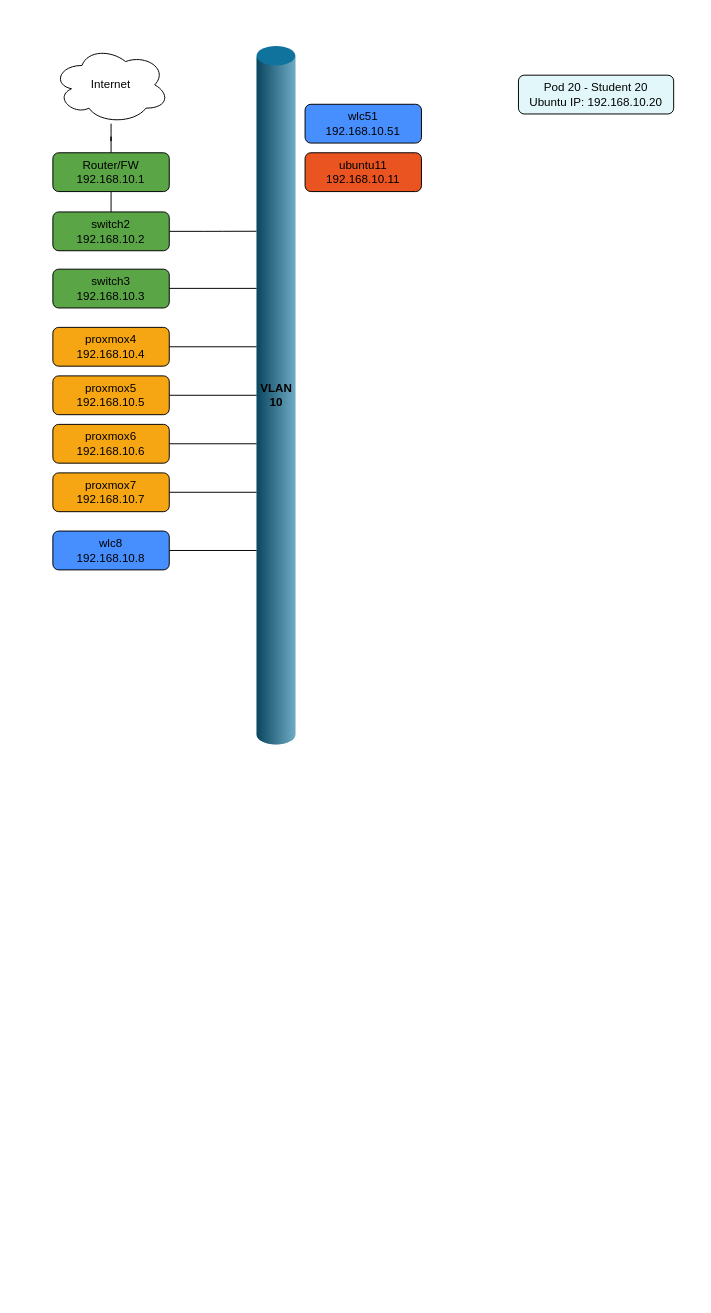
The draw.io diagram gitbook/topology.drawio in akoksrud/wifi-automation, before the edit. Source tidied: cells renumbered, new cells numbered last; positions are measured from the earlier drawing's top-left corner, leaving out a move shared by most shapes. Both pictures are drawn from the tidied source at 97%, with x=0, y=0 at pixel (52, 46).
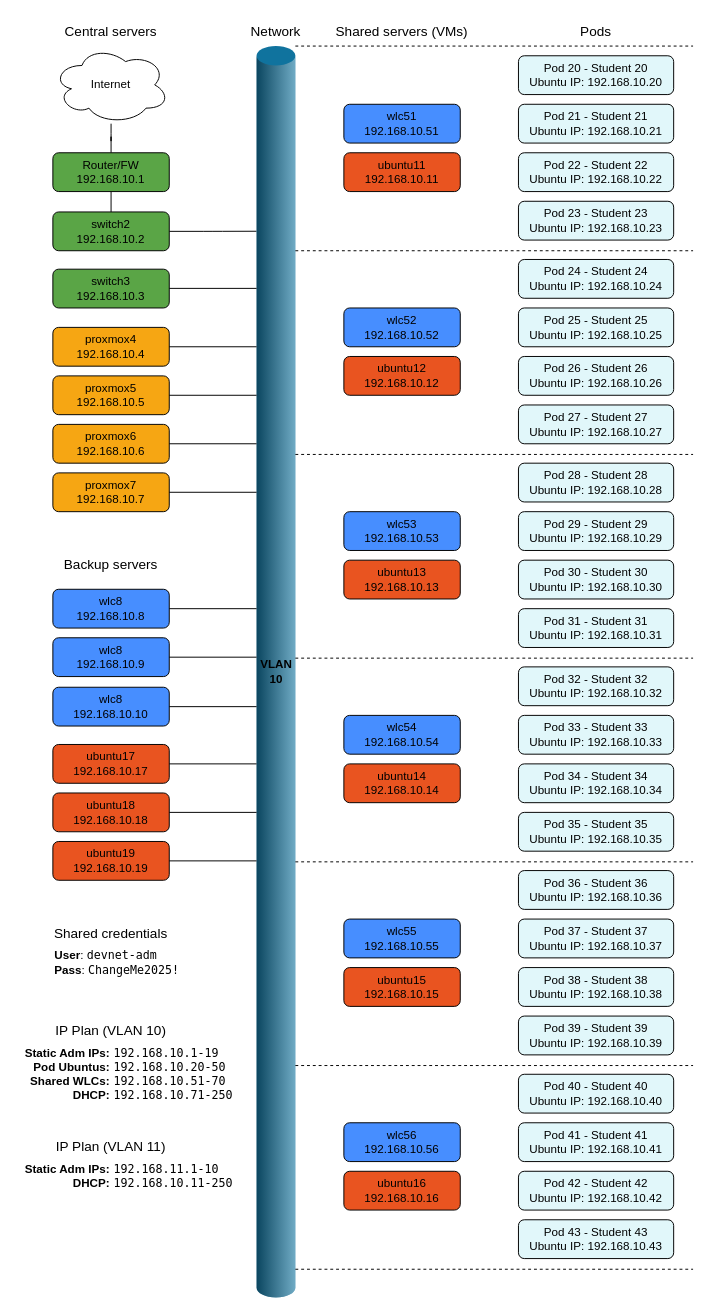
After the change.

The edit, as a diff of the source:
```diff
@@
     <mxCell id="12" value="wlc8&lt;br&gt;192.168.10.8" style="rounded=1;whiteSpace=wrap;html=1;fillColor=#478EFF;strokeColor=light-dark(#000000,#FFFFFF);" parent="1" vertex="1">
-      <mxGeometry y="500" width="120" height="40" as="geometry" />
+      <mxGeometry y="560" width="120" height="40" as="geometry" />
     </mxCell>
     <mxCell id="13" value="wlc51&#10;192.168.10.51" style="rounded=1;whiteSpace=wrap;html=1;fillColor=#478EFF;strokeColor=light-dark(#000000,#FFFFFF);" parent="1" vertex="1">
-      <mxGeometry x="260" y="60" width="120" height="40" as="geometry" />
+      <mxGeometry x="300" y="60" width="120" height="40" as="geometry" />
     </mxCell>
-    <mxCell id="14" value="ubuntu11&#10;192.168.10.11" style="rounded=1;whiteSpace=wrap;html=1;fillColor=#E95420;strokeColor=light-dark(#000000,#FFFFFF);" parent="1" vertex="1">
-      <mxGeometry x="260" y="110" width="120" height="40" as="geometry" />
+    <mxCell id="14" value="ubuntu11&lt;br&gt;192.168.10.11" style="rounded=1;whiteSpace=wrap;html=1;fillColor=#E95420;strokeColor=light-dark(#000000,#FFFFFF);" parent="1" vertex="1">
+      <mxGeometry x="300" y="110" width="120" height="40" as="geometry" />
     </mxCell>
     <mxCell id="15" value="Pod 20 - Student 20&lt;div&gt;Ubuntu IP: 192.168.10.20&lt;/div&gt;" style="rounded=1;whiteSpace=wrap;html=1;fillColor=#e1f7fa;" parent="1" vertex="1">
-      <mxGeometry x="480" y="30" width="160" height="40" as="geometry" />
+      <mxGeometry x="480" y="10" width="160" height="40" as="geometry" />
     </mxCell>
@@
     <mxCell id="17" value="&lt;font&gt;VLAN&lt;/font&gt;&lt;div&gt;&lt;font&gt;10&lt;/font&gt;&lt;/div&gt;" style="verticalLabelPosition=middle;verticalAlign=middle;html=1;shape=mxgraph.infographic.cylinder;fillColor=#10739E;strokeColor=none;labelPosition=center;align=center;fontColor=light-dark(#000000,#000000);fontStyle=1;" parent="1" vertex="1">
-      <mxGeometry x="210" width="40" height="720" as="geometry" />
+      <mxGeometry x="210" width="40" height="1290" as="geometry" />
     </mxCell>
@@
     <mxCell id="23" style="edgeStyle=orthogonalEdgeStyle;shape=connector;rounded=1;orthogonalLoop=1;jettySize=auto;html=1;strokeColor=default;align=center;verticalAlign=middle;fontFamily=Helvetica;fontSize=11;fontColor=default;labelBackgroundColor=default;endArrow=none;endFill=0;entryX=-0.001;entryY=0.294;entryDx=0;entryDy=0;entryPerimeter=0;" parent="1" edge="1">
       <mxGeometry relative="1" as="geometry">
-        <mxPoint x="120" y="520" as="sourcePoint" />
-        <mxPoint x="210" y="520" as="targetPoint" />
+        <mxPoint x="120" y="580" as="sourcePoint" />
+        <mxPoint x="210" y="580" as="targetPoint" />
       </mxGeometry>
     </mxCell>
+    <mxCell id="24" value="Central servers" style="text;strokeColor=none;align=center;fillColor=none;html=1;verticalAlign=middle;whiteSpace=wrap;rounded=0;fontSize=14;" parent="1" vertex="1">
+      <mxGeometry y="-30" width="120" height="30" as="geometry" />
+    </mxCell>
+    <mxCell id="25" value="Network" style="text;strokeColor=none;align=center;fillColor=none;html=1;verticalAlign=middle;whiteSpace=wrap;rounded=0;fontSize=14;" parent="1" vertex="1">
+      <mxGeometry x="170" y="-30" width="120" height="30" as="geometry" />
+    </mxCell>
+    <mxCell id="26" value="Shared servers (VMs)" style="text;strokeColor=none;align=center;fillColor=none;html=1;verticalAlign=middle;whiteSpace=wrap;rounded=0;fontSize=14;" parent="1" vertex="1">
+      <mxGeometry x="280" y="-30" width="160" height="30" as="geometry" />
+    </mxCell>
+    <mxCell id="27" value="Pods" style="text;strokeColor=none;align=center;fillColor=none;html=1;verticalAlign=middle;whiteSpace=wrap;rounded=0;fontSize=14;" parent="1" vertex="1">
+      <mxGeometry x="500" y="-30" width="120" height="30" as="geometry" />
+    </mxCell>
+    <mxCell id="28" value="Pod 21 - Student 21&lt;div&gt;Ubuntu IP: 192.168.10.21&lt;/div&gt;" style="rounded=1;whiteSpace=wrap;html=1;fillColor=#e1f7fa;" parent="1" vertex="1">
+      <mxGeometry x="480" y="60" width="160" height="40" as="geometry" />
+    </mxCell>
+    <mxCell id="29" value="Pod 22 - Student 22&lt;div&gt;Ubuntu IP: 192.168.10.22&lt;/div&gt;" style="rounded=1;whiteSpace=wrap;html=1;fillColor=#e1f7fa;" parent="1" vertex="1">
+      <mxGeometry x="480" y="110" width="160" height="40" as="geometry" />
+    </mxCell>
+    <mxCell id="30" value="Pod 23 - Student 23&lt;div&gt;Ubuntu IP: 192.168.10.23&lt;/div&gt;" style="rounded=1;whiteSpace=wrap;html=1;fillColor=#e1f7fa;" parent="1" vertex="1">
+      <mxGeometry x="480" y="160" width="160" height="40" as="geometry" />
+    </mxCell>
+    <mxCell id="31" style="endArrow=none;dashed=1;html=1;rounded=0;" parent="1" edge="1">
+      <mxGeometry relative="1" as="geometry">
+        <mxPoint x="250" as="sourcePoint" />
+        <mxPoint x="660" as="targetPoint" />
+      </mxGeometry>
+    </mxCell>
+    <mxCell id="32" style="endArrow=none;dashed=1;html=1;rounded=0;" parent="1" edge="1">
+      <mxGeometry relative="1" as="geometry">
+        <mxPoint x="250" y="211" as="sourcePoint" />
+        <mxPoint x="660" y="211" as="targetPoint" />
+      </mxGeometry>
+    </mxCell>
+    <mxCell id="33" value="wlc52&lt;br&gt;192.168.10.52" style="rounded=1;whiteSpace=wrap;html=1;fillColor=#478EFF;strokeColor=light-dark(#000000,#FFFFFF);" parent="1" vertex="1">
+      <mxGeometry x="300" y="270" width="120" height="40" as="geometry" />
+    </mxCell>
+    <mxCell id="34" value="ubuntu12&lt;div&gt;192.168.10.12&lt;/div&gt;" style="rounded=1;whiteSpace=wrap;html=1;fillColor=#E95420;strokeColor=light-dark(#000000,#FFFFFF);" parent="1" vertex="1">
+      <mxGeometry x="300" y="320" width="120" height="40" as="geometry" />
+    </mxCell>
+    <mxCell id="35" value="Pod 24 - Student 24&lt;div&gt;Ubuntu IP: 192.168.10.24&lt;/div&gt;" style="rounded=1;whiteSpace=wrap;html=1;fillColor=#e1f7fa;" parent="1" vertex="1">
+      <mxGeometry x="480" y="220" width="160" height="40" as="geometry" />
+    </mxCell>
+    <mxCell id="36" value="Pod 25 - Student 25&lt;div&gt;Ubuntu IP: 192.168.10.25&lt;/div&gt;" style="rounded=1;whiteSpace=wrap;html=1;fillColor=#e1f7fa;" parent="1" vertex="1">
+      <mxGeometry x="480" y="270" width="160" height="40" as="geometry" />
+    </mxCell>
+    <mxCell id="37" value="Pod 26 - Student 26&lt;div&gt;Ubuntu IP: 192.168.10.26&lt;/div&gt;" style="rounded=1;whiteSpace=wrap;html=1;fillColor=#e1f7fa;" parent="1" vertex="1">
+      <mxGeometry x="480" y="320" width="160" height="40" as="geometry" />
+    </mxCell>
+    <mxCell id="38" value="Pod 27 - Student 27&lt;div&gt;Ubuntu IP: 192.168.10.27&lt;/div&gt;" style="rounded=1;whiteSpace=wrap;html=1;fillColor=#e1f7fa;" parent="1" vertex="1">
+      <mxGeometry x="480" y="370" width="160" height="40" as="geometry" />
+    </mxCell>
+    <mxCell id="39" style="endArrow=none;dashed=1;html=1;rounded=0;" parent="1" edge="1">
+      <mxGeometry relative="1" as="geometry">
+        <mxPoint x="250" y="421" as="sourcePoint" />
+        <mxPoint x="660" y="421" as="targetPoint" />
+      </mxGeometry>
+    </mxCell>
+    <mxCell id="40" value="wlc54&lt;br&gt;192.168.10.54" style="rounded=1;whiteSpace=wrap;html=1;fillColor=#478EFF;strokeColor=light-dark(#000000,#FFFFFF);" parent="1" vertex="1">
+      <mxGeometry x="300" y="690" width="120" height="40" as="geometry" />
+    </mxCell>
+    <mxCell id="41" value="ubuntu14&lt;br&gt;192.168.10.14" style="rounded=1;whiteSpace=wrap;html=1;fillColor=#E95420;strokeColor=light-dark(#000000,#FFFFFF);" parent="1" vertex="1">
+      <mxGeometry x="300" y="740" width="120" height="40" as="geometry" />
+    </mxCell>
+    <mxCell id="42" value="Pod 32 - Student 32&lt;div&gt;Ubuntu IP: 192.168.10.32&lt;/div&gt;" style="rounded=1;whiteSpace=wrap;html=1;fillColor=#e1f7fa;" parent="1" vertex="1">
+      <mxGeometry x="480" y="640" width="160" height="40" as="geometry" />
+    </mxCell>
+    <mxCell id="43" value="Pod 33 - Student 33&lt;div&gt;Ubuntu IP: 192.168.10.33&lt;/div&gt;" style="rounded=1;whiteSpace=wrap;html=1;fillColor=#e1f7fa;" parent="1" vertex="1">
+      <mxGeometry x="480" y="690" width="160" height="40" as="geometry" />
+    </mxCell>
+    <mxCell id="44" value="Pod 34 - Student 34&lt;div&gt;Ubuntu IP: 192.168.10.34&lt;/div&gt;" style="rounded=1;whiteSpace=wrap;html=1;fillColor=#e1f7fa;" parent="1" vertex="1">
+      <mxGeometry x="480" y="740" width="160" height="40" as="geometry" />
+    </mxCell>
+    <mxCell id="45" value="Pod 35 - Student 35&lt;div&gt;Ubuntu IP: 192.168.10.35&lt;/div&gt;" style="rounded=1;whiteSpace=wrap;html=1;fillColor=#e1f7fa;" parent="1" vertex="1">
+      <mxGeometry x="480" y="790" width="160" height="40" as="geometry" />
+    </mxCell>
+    <mxCell id="46" style="endArrow=none;dashed=1;html=1;rounded=0;" parent="1" edge="1">
+      <mxGeometry relative="1" as="geometry">
+        <mxPoint x="250" y="841" as="sourcePoint" />
+        <mxPoint x="660" y="841" as="targetPoint" />
+      </mxGeometry>
+    </mxCell>
+    <mxCell id="47" style="endArrow=none;dashed=1;html=1;rounded=0;" parent="1" edge="1">
+      <mxGeometry relative="1" as="geometry">
+        <mxPoint x="250" y="631" as="sourcePoint" />
+        <mxPoint x="660" y="631" as="targetPoint" />
+      </mxGeometry>
+    </mxCell>
+    <mxCell id="48" value="wlc53&lt;br&gt;192.168.10.53" style="rounded=1;whiteSpace=wrap;html=1;fillColor=#478EFF;strokeColor=light-dark(#000000,#FFFFFF);" parent="1" vertex="1">
+      <mxGeometry x="300" y="480" width="120" height="40" as="geometry" />
+    </mxCell>
+    <mxCell id="49" value="ubuntu13&lt;br&gt;192.168.10.13" style="rounded=1;whiteSpace=wrap;html=1;fillColor=#E95420;strokeColor=light-dark(#000000,#FFFFFF);" parent="1" vertex="1">
+      <mxGeometry x="300" y="530" width="120" height="40" as="geometry" />
+    </mxCell>
+    <mxCell id="50" value="Pod 29 - Student 29&lt;div&gt;Ubuntu IP: 192.168.10.29&lt;/div&gt;" style="rounded=1;whiteSpace=wrap;html=1;fillColor=#e1f7fa;" parent="1" vertex="1">
+      <mxGeometry x="480" y="480" width="160" height="40" as="geometry" />
+    </mxCell>
+    <mxCell id="51" value="Pod 30 - Student 30&lt;div&gt;Ubuntu IP: 192.168.10.30&lt;/div&gt;" style="rounded=1;whiteSpace=wrap;html=1;fillColor=#e1f7fa;" parent="1" vertex="1">
+      <mxGeometry x="480" y="530" width="160" height="40" as="geometry" />
+    </mxCell>
+    <mxCell id="52" value="Pod 31 - Student 31&lt;div&gt;Ubuntu IP: 192.168.10.31&lt;/div&gt;" style="rounded=1;whiteSpace=wrap;html=1;fillColor=#e1f7fa;" parent="1" vertex="1">
+      <mxGeometry x="480" y="580" width="160" height="40" as="geometry" />
+    </mxCell>
+    <mxCell id="53" value="Pod 28 - Student 28&lt;div&gt;Ubuntu IP: 192.168.10.28&lt;/div&gt;" style="rounded=1;whiteSpace=wrap;html=1;fillColor=#e1f7fa;" parent="1" vertex="1">
+      <mxGeometry x="480" y="430" width="160" height="40" as="geometry" />
+    </mxCell>
+    <mxCell id="54" value="wlc56&lt;br&gt;192.168.10.56" style="rounded=1;whiteSpace=wrap;html=1;fillColor=#478EFF;strokeColor=light-dark(#000000,#FFFFFF);" parent="1" vertex="1">
+      <mxGeometry x="300" y="1110" width="120" height="40" as="geometry" />
+    </mxCell>
+    <mxCell id="55" value="ubuntu16&lt;br&gt;192.168.10.16" style="rounded=1;whiteSpace=wrap;html=1;fillColor=#E95420;strokeColor=light-dark(#000000,#FFFFFF);" parent="1" vertex="1">
+      <mxGeometry x="300" y="1160" width="120" height="40" as="geometry" />
+    </mxCell>
+    <mxCell id="56" value="Pod 40 - Student 40&lt;div&gt;Ubuntu IP: 192.168.10.40&lt;/div&gt;" style="rounded=1;whiteSpace=wrap;html=1;fillColor=#e1f7fa;" parent="1" vertex="1">
+      <mxGeometry x="480" y="1060" width="160" height="40" as="geometry" />
+    </mxCell>
+    <mxCell id="57" value="Pod 41 - Student 41&lt;div&gt;Ubuntu IP: 192.168.10.41&lt;/div&gt;" style="rounded=1;whiteSpace=wrap;html=1;fillColor=#e1f7fa;" parent="1" vertex="1">
+      <mxGeometry x="480" y="1110" width="160" height="40" as="geometry" />
+    </mxCell>
+    <mxCell id="58" value="Pod 42 - Student 42&lt;div&gt;Ubuntu IP: 192.168.10.42&lt;/div&gt;" style="rounded=1;whiteSpace=wrap;html=1;fillColor=#e1f7fa;" parent="1" vertex="1">
+      <mxGeometry x="480" y="1160" width="160" height="40" as="geometry" />
+    </mxCell>
+    <mxCell id="59" value="Pod 43 - Student 43&lt;div&gt;Ubuntu IP: 192.168.10.43&lt;/div&gt;" style="rounded=1;whiteSpace=wrap;html=1;fillColor=#e1f7fa;" parent="1" vertex="1">
+      <mxGeometry x="480" y="1210" width="160" height="40" as="geometry" />
+    </mxCell>
+    <mxCell id="60" style="endArrow=none;dashed=1;html=1;rounded=0;" parent="1" edge="1">
+      <mxGeometry relative="1" as="geometry">
+        <mxPoint x="250" y="1261" as="sourcePoint" />
+        <mxPoint x="660" y="1261" as="targetPoint" />
+      </mxGeometry>
+    </mxCell>
+    <mxCell id="61" style="endArrow=none;dashed=1;html=1;rounded=0;" parent="1" edge="1">
+      <mxGeometry relative="1" as="geometry">
+        <mxPoint x="250" y="1051" as="sourcePoint" />
+        <mxPoint x="660" y="1051" as="targetPoint" />
+      </mxGeometry>
+    </mxCell>
+    <mxCell id="62" value="wlc55&lt;br&gt;192.168.10.55" style="rounded=1;whiteSpace=wrap;html=1;fillColor=#478EFF;strokeColor=light-dark(#000000,#FFFFFF);" parent="1" vertex="1">
+      <mxGeometry x="300" y="900" width="120" height="40" as="geometry" />
+    </mxCell>
+    <mxCell id="63" value="ubuntu15&lt;br&gt;192.168.10.15" style="rounded=1;whiteSpace=wrap;html=1;fillColor=#E95420;strokeColor=light-dark(#000000,#FFFFFF);" parent="1" vertex="1">
+      <mxGeometry x="300" y="950" width="120" height="40" as="geometry" />
+    </mxCell>
+    <mxCell id="64" value="Pod 37 - Student 37&lt;div&gt;Ubuntu IP: 192.168.10.37&lt;/div&gt;" style="rounded=1;whiteSpace=wrap;html=1;fillColor=#e1f7fa;" parent="1" vertex="1">
+      <mxGeometry x="480" y="900" width="160" height="40" as="geometry" />
+    </mxCell>
+    <mxCell id="65" value="Pod 38 - Student 38&lt;div&gt;Ubuntu IP: 192.168.10.38&lt;/div&gt;" style="rounded=1;whiteSpace=wrap;html=1;fillColor=#e1f7fa;" parent="1" vertex="1">
+      <mxGeometry x="480" y="950" width="160" height="40" as="geometry" />
+    </mxCell>
+    <mxCell id="66" value="Pod 39 - Student 39&lt;div&gt;Ubuntu IP: 192.168.10.39&lt;/div&gt;" style="rounded=1;whiteSpace=wrap;html=1;fillColor=#e1f7fa;" parent="1" vertex="1">
+      <mxGeometry x="480" y="1000" width="160" height="40" as="geometry" />
+    </mxCell>
+    <mxCell id="67" value="Pod 36 - Student 36&lt;div&gt;Ubuntu IP: 192.168.10.36&lt;/div&gt;" style="rounded=1;whiteSpace=wrap;html=1;fillColor=#e1f7fa;" parent="1" vertex="1">
+      <mxGeometry x="480" y="850" width="160" height="40" as="geometry" />
+    </mxCell>
+    <mxCell id="68" value="Backup servers" style="text;strokeColor=none;align=center;fillColor=none;html=1;verticalAlign=middle;whiteSpace=wrap;rounded=0;fontSize=14;" parent="1" vertex="1">
+      <mxGeometry y="520" width="120" height="30" as="geometry" />
+    </mxCell>
+    <mxCell id="69" value="wlc8&lt;br&gt;192.168.10.9" style="rounded=1;whiteSpace=wrap;html=1;fillColor=#478EFF;strokeColor=light-dark(#000000,#FFFFFF);" parent="1" vertex="1">
+      <mxGeometry y="610" width="120" height="40" as="geometry" />
+    </mxCell>
+    <mxCell id="70" style="edgeStyle=orthogonalEdgeStyle;shape=connector;rounded=1;orthogonalLoop=1;jettySize=auto;html=1;strokeColor=default;align=center;verticalAlign=middle;fontFamily=Helvetica;fontSize=11;fontColor=default;labelBackgroundColor=default;endArrow=none;endFill=0;entryX=-0.001;entryY=0.294;entryDx=0;entryDy=0;entryPerimeter=0;" parent="1" edge="1">
+      <mxGeometry relative="1" as="geometry">
+        <mxPoint x="120" y="630" as="sourcePoint" />
+        <mxPoint x="210" y="630" as="targetPoint" />
+      </mxGeometry>
+    </mxCell>
+    <mxCell id="71" value="wlc8&lt;br&gt;192.168.10.10" style="rounded=1;whiteSpace=wrap;html=1;fillColor=#478EFF;strokeColor=light-dark(#000000,#FFFFFF);" parent="1" vertex="1">
+      <mxGeometry y="661" width="120" height="40" as="geometry" />
+    </mxCell>
+    <mxCell id="72" style="edgeStyle=orthogonalEdgeStyle;shape=connector;rounded=1;orthogonalLoop=1;jettySize=auto;html=1;strokeColor=default;align=center;verticalAlign=middle;fontFamily=Helvetica;fontSize=11;fontColor=default;labelBackgroundColor=default;endArrow=none;endFill=0;entryX=-0.001;entryY=0.294;entryDx=0;entryDy=0;entryPerimeter=0;" parent="1" edge="1">
+      <mxGeometry relative="1" as="geometry">
+        <mxPoint x="120" y="681" as="sourcePoint" />
+        <mxPoint x="210" y="681" as="targetPoint" />
+      </mxGeometry>
+    </mxCell>
+    <mxCell id="73" value="ubuntu17&lt;br&gt;192.168.10.17" style="rounded=1;whiteSpace=wrap;html=1;fillColor=#E95420;strokeColor=light-dark(#000000,#FFFFFF);" parent="1" vertex="1">
+      <mxGeometry y="720" width="120" height="40" as="geometry" />
+    </mxCell>
+    <mxCell id="74" style="edgeStyle=orthogonalEdgeStyle;shape=connector;rounded=1;orthogonalLoop=1;jettySize=auto;html=1;strokeColor=default;align=center;verticalAlign=middle;fontFamily=Helvetica;fontSize=11;fontColor=default;labelBackgroundColor=default;endArrow=none;endFill=0;entryX=-0.001;entryY=0.294;entryDx=0;entryDy=0;entryPerimeter=0;" parent="1" edge="1">
+      <mxGeometry relative="1" as="geometry">
+        <mxPoint x="120" y="740" as="sourcePoint" />
+        <mxPoint x="210" y="740" as="targetPoint" />
+      </mxGeometry>
+    </mxCell>
+    <mxCell id="75" value="ubuntu18&lt;br&gt;192.168.10.18" style="rounded=1;whiteSpace=wrap;html=1;fillColor=#E95420;strokeColor=light-dark(#000000,#FFFFFF);" parent="1" vertex="1">
+      <mxGeometry y="770" width="120" height="40" as="geometry" />
+    </mxCell>
+    <mxCell id="76" style="edgeStyle=orthogonalEdgeStyle;shape=connector;rounded=1;orthogonalLoop=1;jettySize=auto;html=1;strokeColor=default;align=center;verticalAlign=middle;fontFamily=Helvetica;fontSize=11;fontColor=default;labelBackgroundColor=default;endArrow=none;endFill=0;entryX=-0.001;entryY=0.294;entryDx=0;entryDy=0;entryPerimeter=0;" parent="1" edge="1">
+      <mxGeometry relative="1" as="geometry">
+        <mxPoint x="120" y="790" as="sourcePoint" />
+        <mxPoint x="210" y="790" as="targetPoint" />
+      </mxGeometry>
+    </mxCell>
+    <mxCell id="77" value="ubuntu19&lt;br&gt;192.168.10.19" style="rounded=1;whiteSpace=wrap;html=1;fillColor=#E95420;strokeColor=light-dark(#000000,#FFFFFF);" parent="1" vertex="1">
+      <mxGeometry y="820" width="120" height="40" as="geometry" />
+    </mxCell>
+    <mxCell id="78" style="edgeStyle=orthogonalEdgeStyle;shape=connector;rounded=1;orthogonalLoop=1;jettySize=auto;html=1;strokeColor=default;align=center;verticalAlign=middle;fontFamily=Helvetica;fontSize=11;fontColor=default;labelBackgroundColor=default;endArrow=none;endFill=0;entryX=-0.001;entryY=0.294;entryDx=0;entryDy=0;entryPerimeter=0;" parent="1" edge="1">
+      <mxGeometry relative="1" as="geometry">
+        <mxPoint x="120" y="840" as="sourcePoint" />
+        <mxPoint x="210" y="840" as="targetPoint" />
+      </mxGeometry>
+    </mxCell>
+    <mxCell id="79" value="Shared credentials" style="text;strokeColor=none;align=center;fillColor=none;html=1;verticalAlign=middle;whiteSpace=wrap;rounded=0;fontSize=14;" parent="1" vertex="1">
+      <mxGeometry y="900" width="120" height="30" as="geometry" />
+    </mxCell>
+    <mxCell id="80" value="&lt;b&gt;User&lt;/b&gt;: &lt;font face=&quot;Lucida Console&quot;&gt;devnet-adm&lt;/font&gt;&lt;div&gt;&lt;b&gt;Pass&lt;/b&gt;: &lt;font face=&quot;Lucida Console&quot;&gt;ChangeMe2025!&lt;/font&gt;&lt;/div&gt;" style="text;strokeColor=none;align=left;fillColor=none;html=1;verticalAlign=middle;whiteSpace=wrap;rounded=0;" parent="1" vertex="1">
+      <mxGeometry y="930" width="180" height="30" as="geometry" />
+    </mxCell>
+    <mxCell id="81" value="IP Plan (VLAN 10)" style="text;strokeColor=none;align=center;fillColor=none;html=1;verticalAlign=middle;whiteSpace=wrap;rounded=0;fontSize=14;" parent="1" vertex="1">
+      <mxGeometry y="1000" width="120" height="30" as="geometry" />
+    </mxCell>
+    <mxCell id="82" value="&lt;font face=&quot;Lucida Console&quot;&gt;192.168.10.1-19&lt;/font&gt;&lt;div&gt;&lt;font face=&quot;Lucida Console&quot;&gt;192.168.10.20-50&lt;/font&gt;&lt;/div&gt;&lt;div&gt;&lt;font face=&quot;Lucida Console&quot;&gt;192.168.10.51-70&lt;/font&gt;&lt;font face=&quot;Lucida Console&quot;&gt;&lt;/font&gt;&lt;/div&gt;&lt;div&gt;&lt;font face=&quot;Lucida Console&quot;&gt;192.168.10.71-250&lt;/font&gt;&lt;font face=&quot;Lucida Console&quot;&gt;&lt;/font&gt;&lt;/div&gt;" style="text;strokeColor=none;align=left;fillColor=none;html=1;verticalAlign=middle;whiteSpace=wrap;rounded=0;spacing=4;spacingBottom=0;spacingLeft=0;spacingRight=0;spacingTop=0;fontSize=12;" parent="1" vertex="1">
+      <mxGeometry x="59" y="1030" width="130" height="60" as="geometry" />
+    </mxCell>
+    <mxCell id="83" value="&lt;div&gt;&lt;b style=&quot;background-color: transparent; color: light-dark(rgb(0, 0, 0), rgb(255, 255, 255));&quot;&gt;Static Adm IPs:&lt;/b&gt;&lt;/div&gt;&lt;div&gt;&lt;b&gt;Pod Ubuntus:&lt;/b&gt;&lt;/div&gt;&lt;div&gt;&lt;b&gt;Shared WLCs:&lt;/b&gt;&lt;font face=&quot;Lucida Console&quot;&gt;&lt;/font&gt;&lt;/div&gt;&lt;div&gt;&lt;b&gt;DHCP:&lt;/b&gt;&lt;font face=&quot;Lucida Console&quot;&gt;&lt;/font&gt;&lt;/div&gt;" style="text;strokeColor=none;align=right;fillColor=none;html=1;verticalAlign=middle;whiteSpace=wrap;rounded=0;spacing=4;spacingBottom=0;spacingLeft=0;spacingRight=0;spacingTop=0;fontSize=12;" parent="1" vertex="1">
+      <mxGeometry x="-37" y="1030" width="100" height="60" as="geometry" />
+    </mxCell>
+    <mxCell id="84" value="IP Plan (VLAN 11)" style="text;strokeColor=none;align=center;fillColor=none;html=1;verticalAlign=middle;whiteSpace=wrap;rounded=0;fontSize=14;" parent="1" vertex="1">
+      <mxGeometry y="1120" width="120" height="30" as="geometry" />
+    </mxCell>
+    <mxCell id="85" value="&lt;font face=&quot;Lucida Console&quot;&gt;192.168.11.1-10&lt;/font&gt;&lt;div&gt;&lt;font face=&quot;Lucida Console&quot;&gt;192.168.10.11-250&lt;br&gt;&lt;/font&gt;&lt;/div&gt;" style="text;strokeColor=none;align=left;fillColor=none;html=1;verticalAlign=middle;whiteSpace=wrap;rounded=0;spacing=4;spacingBottom=0;spacingLeft=0;spacingRight=0;spacingTop=0;fontSize=12;" parent="1" vertex="1">
+      <mxGeometry x="59" y="1150" width="130" height="30" as="geometry" />
+    </mxCell>
+    <mxCell id="86" value="&lt;div&gt;&lt;b style=&quot;background-color: transparent; color: light-dark(rgb(0, 0, 0), rgb(255, 255, 255));&quot;&gt;Static Adm IPs:&lt;/b&gt;&lt;/div&gt;&lt;div&gt;&lt;b style=&quot;background-color: transparent; color: light-dark(rgb(0, 0, 0), rgb(255, 255, 255));&quot;&gt;DHCP:&lt;/b&gt;&lt;/div&gt;" style="text;strokeColor=none;align=right;fillColor=none;html=1;verticalAlign=middle;whiteSpace=wrap;rounded=0;spacing=4;spacingBottom=0;spacingLeft=0;spacingRight=0;spacingTop=0;fontSize=12;" parent="1" vertex="1">
+      <mxGeometry x="-37" y="1150" width="100" height="30" as="geometry" />
+    </mxCell>
```
